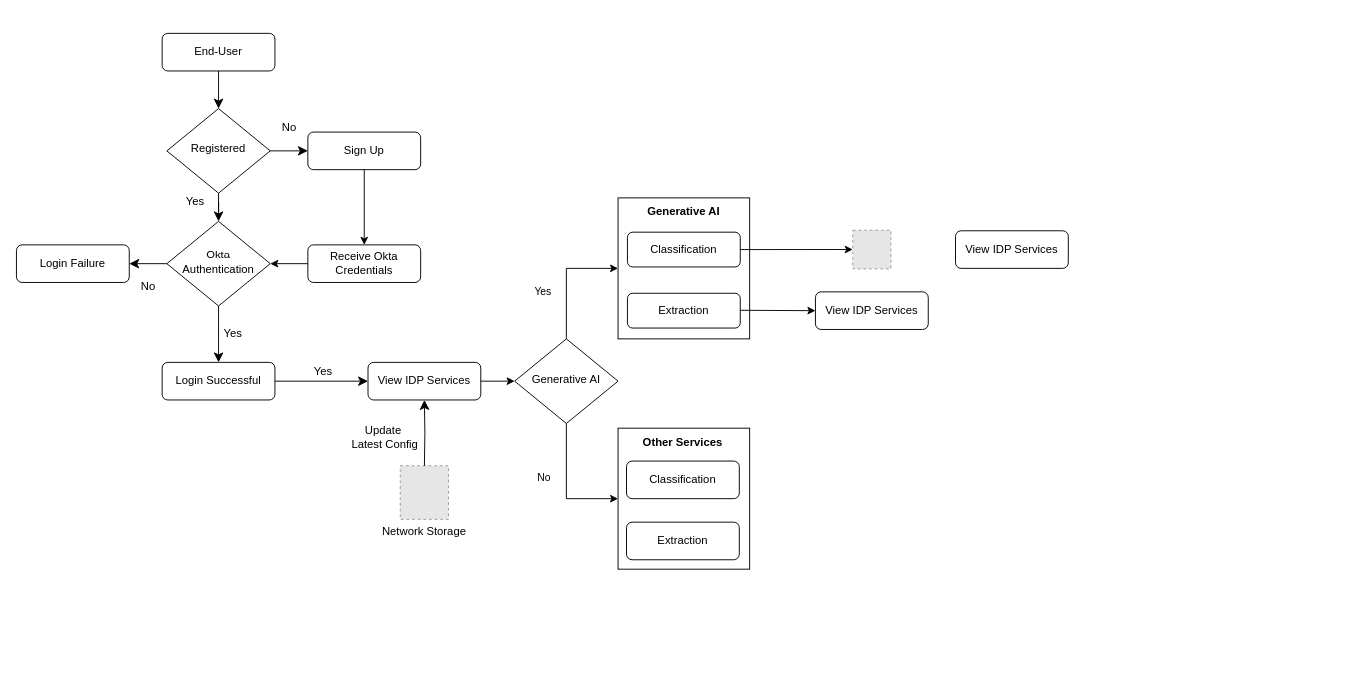
Above: Untitled Diagram.drawio in sidthedesigner/Draw.io (draw.io), before the change. Source tidied: cells renumbered, new cells numbered last; positions are measured from the earlier drawing's top-left corner, leaving out a move shared by most shapes. Both pictures are drawn from the tidied source at 94%, with x=0, y=0 at pixel (16, 33). Pictures stored in the file or linked from it are replaced by grey dashed boxes.
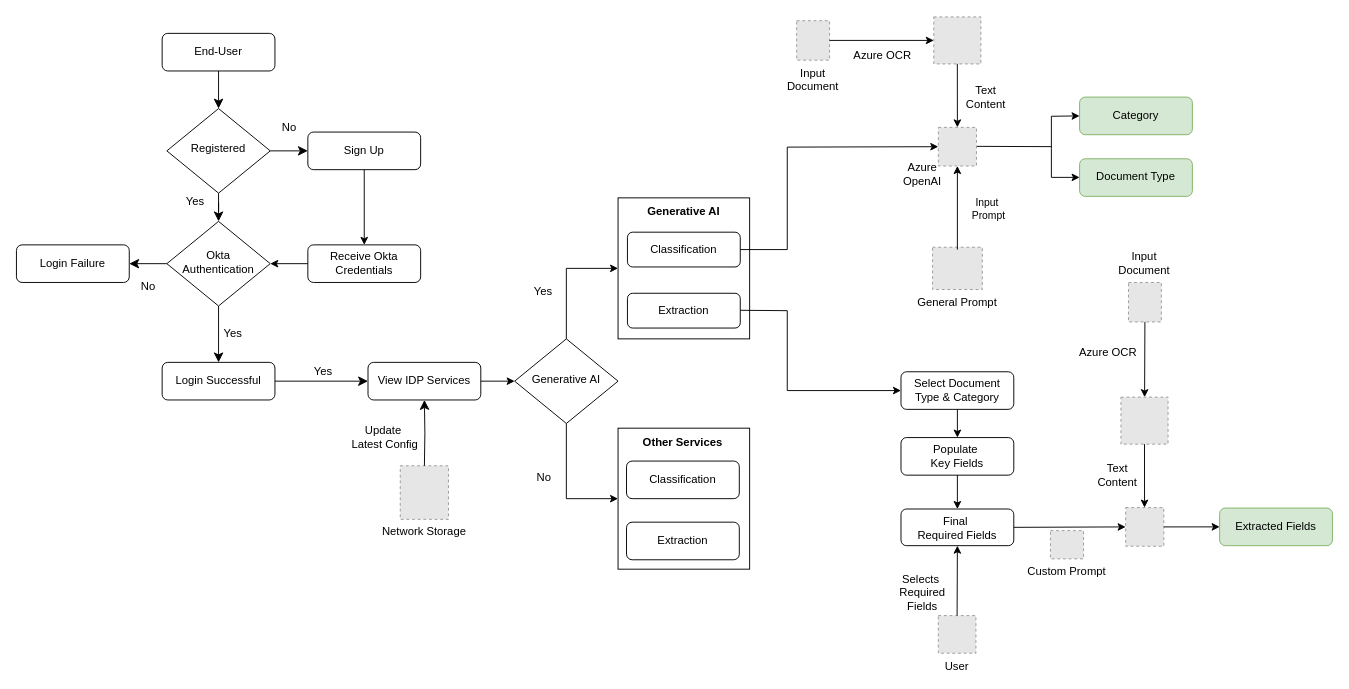
Above is the later version.

The change refers to these unchanged cells:
```xml
<mxCell id="16" value="View IDP Services" style="rounded=1;whiteSpace=wrap;html=1;fontSize=12;glass=0;strokeWidth=1;shadow=0;" parent="1" vertex="1">
  <mxGeometry x="374" y="350" width="120" height="40" as="geometry" />
</mxCell>
<mxCell id="18" value="Classification" style="rounded=1;whiteSpace=wrap;html=1;fontSize=12;glass=0;strokeWidth=1;shadow=0;" parent="1" vertex="1">
  <mxGeometry x="650" y="211.5" width="120" height="37" as="geometry" />
</mxCell>
```

What changed in the source:
```diff
@@
-    <mxCell id="23" value="&lt;b&gt;Generative AI&lt;/b&gt;" style="text;html=1;align=center;verticalAlign=middle;whiteSpace=wrap;rounded=0;" parent="1" vertex="1">
+    <mxCell id="23" value="&lt;b style=&quot;font-size: 12px;&quot;&gt;Generative AI&lt;/b&gt;" style="text;html=1;align=center;verticalAlign=middle;whiteSpace=wrap;rounded=0;fontSize=12;" parent="1" vertex="1">
       <mxGeometry x="665" y="176.5" width="90" height="27" as="geometry" />
     </mxCell>
@@
-    <mxCell id="26" value="&lt;b&gt;Other Services&lt;/b&gt;" style="text;html=1;align=center;verticalAlign=middle;whiteSpace=wrap;rounded=0;" parent="1" vertex="1">
+    <mxCell id="26" value="&lt;b style=&quot;font-size: 12px;&quot;&gt;Other Services&lt;/b&gt;" style="text;html=1;align=center;verticalAlign=middle;whiteSpace=wrap;rounded=0;fontSize=12;" parent="1" vertex="1">
       <mxGeometry x="664" y="420" width="90" height="30" as="geometry" />
     </mxCell>
-    <mxCell id="27" value="&lt;div&gt;Generative AI&lt;/div&gt;" style="rhombus;whiteSpace=wrap;html=1;shadow=0;fontFamily=Helvetica;fontSize=12;align=center;strokeWidth=1;spacing=6;spacingTop=-4;" parent="1" vertex="1">
+    <mxCell id="27" value="&lt;div style=&quot;font-size: 12px;&quot;&gt;Generative AI&lt;/div&gt;" style="rhombus;whiteSpace=wrap;html=1;shadow=0;fontFamily=Helvetica;fontSize=12;align=center;strokeWidth=1;spacing=6;spacingTop=-4;" parent="1" vertex="1">
       <mxGeometry x="530" y="325" width="110" height="90" as="geometry" />
     </mxCell>
-    <mxCell id="28" style="endArrow=classic;html=1;rounded=0;exitX=1;exitY=0.5;exitDx=0;exitDy=0;entryX=0;entryY=0.5;entryDx=0;entryDy=0;" parent="1" edge="1" source="16" target="27">
+    <mxCell id="28" style="endArrow=classic;html=1;rounded=0;exitX=1;exitY=0.5;exitDx=0;exitDy=0;entryX=0;entryY=0.5;entryDx=0;entryDy=0;fontSize=12;" parent="1" edge="1" source="16" target="27">
       <mxGeometry relative="1" as="geometry" />
     </mxCell>
-    <mxCell id="29" value="Yes" style="endArrow=classic;html=1;rounded=0;exitX=0.5;exitY=0;exitDx=0;exitDy=0;endSize=6;jumpSize=6;" parent="1" edge="1" source="27">
+    <mxCell id="29" value="Yes" style="endArrow=classic;html=1;rounded=0;exitX=0.5;exitY=0;exitDx=0;exitDy=0;endSize=6;jumpSize=6;fontSize=12;" parent="1" edge="1" source="27">
       <mxGeometry x="-0.23" y="25" relative="1" as="geometry">
         <mxPoint x="640" y="250" as="targetPoint" />
         <Array as="points">
           <mxPoint x="585" y="250" />
         </Array>
       </mxGeometry>
     </mxCell>
-    <mxCell id="30" style="endArrow=classic;html=1;rounded=0;exitX=0.5;exitY=1;exitDx=0;exitDy=0;entryX=0;entryY=0.5;entryDx=0;entryDy=0;" parent="1" edge="1" source="27" target="32">
+    <mxCell id="30" style="endArrow=classic;html=1;rounded=0;exitX=0.5;exitY=1;exitDx=0;exitDy=0;entryX=0;entryY=0.5;entryDx=0;entryDy=0;fontSize=12;" parent="1" edge="1" source="27" target="32">
       <mxGeometry relative="1" as="geometry">
         <Array as="points">
           <mxPoint x="585" y="495" />
         </Array>
       </mxGeometry>
     </mxCell>
-    <mxCell id="31" value="No" style="edgeLabel;html=1;align=center;verticalAlign=middle;" parent="30" vertex="1">
+    <mxCell id="31" value="No" style="edgeLabel;html=1;align=center;verticalAlign=middle;fontSize=12;" parent="30" vertex="1">
       <mxGeometry x="-0.09" y="-2" relative="1" as="geometry">
         <mxPoint x="-23" y="-4" as="offset" />
       </mxGeometry>
     </mxCell>
-    <mxCell id="32" style="rounded=0;whiteSpace=wrap;html=1;fillColor=none;" parent="1" vertex="1">
+    <mxCell id="32" style="rounded=0;whiteSpace=wrap;html=1;fillColor=none;fontSize=12;" parent="1" vertex="1">
       <mxGeometry x="640" y="420" width="140" height="150" as="geometry" />
     </mxCell>
-    <mxCell id="33" style="endArrow=classic;html=1;rounded=0;exitX=1;exitY=0.5;exitDx=0;exitDy=0;entryX=0;entryY=0.5;entryDx=0;entryDy=0;" parent="1" edge="1" source="18" target="37">
-      <mxGeometry relative="1" as="geometry" />
+    <mxCell id="33" style="endArrow=classic;html=1;rounded=0;exitX=1;exitY=0.5;exitDx=0;exitDy=0;entryX=0;entryY=0.5;entryDx=0;entryDy=0;fontSize=12;" parent="1" edge="1" source="18" target="37">
+      <mxGeometry relative="1" as="geometry">
+        <Array as="points">
+          <mxPoint x="820" y="230" />
+          <mxPoint x="820" y="121" />
+        </Array>
+      </mxGeometry>
     </mxCell>
-    <mxCell id="34" style="endArrow=classic;html=1;rounded=0;exitX=1;exitY=0.5;exitDx=0;exitDy=0;" parent="1" edge="1">
+    <mxCell id="34" style="endArrow=classic;html=1;rounded=0;exitX=1;exitY=0.5;exitDx=0;exitDy=0;fontSize=12;entryX=0;entryY=0.5;entryDx=0;entryDy=0;" parent="1" edge="1" target="36">
       <mxGeometry relative="1" as="geometry">
         <mxPoint x="770" y="294.6" as="sourcePoint" />
-        <mxPoint x="850" y="295" as="targetPoint" />
+        <Array as="points">
+          <mxPoint x="820" y="295" />
+          <mxPoint x="820" y="380" />
+        </Array>
       </mxGeometry>
     </mxCell>
-    <mxCell id="35" style="rounded=0;whiteSpace=wrap;html=1;fillColor=none;" parent="1" vertex="1">
+    <mxCell id="35" style="rounded=0;whiteSpace=wrap;html=1;fillColor=none;fontSize=12;" parent="1" vertex="1">
       <mxGeometry x="640" y="175" width="140" height="150" as="geometry" />
     </mxCell>
-    <mxCell id="36" value="View IDP Services" style="rounded=1;whiteSpace=wrap;html=1;fontSize=12;glass=0;strokeWidth=1;shadow=0;" parent="1" vertex="1">
-      <mxGeometry x="850" y="275" width="120" height="40" as="geometry" />
+    <mxCell id="36" value="Select Document&lt;div&gt;Type &amp;amp; Category&lt;/div&gt;" style="rounded=1;whiteSpace=wrap;html=1;fontSize=12;glass=0;strokeWidth=1;shadow=0;" parent="1" vertex="1">
+      <mxGeometry x="941" y="360" width="120" height="40" as="geometry" />
     </mxCell>
+    <mxCell id="38" value="Document Type" style="rounded=1;whiteSpace=wrap;html=1;fontSize=12;glass=0;strokeWidth=1;shadow=0;fillColor=#d5e8d4;strokeColor=#82b366;" parent="1" vertex="1">
+      <mxGeometry x="1131" y="133.4" width="120" height="40" as="geometry" />
+    </mxCell>
+    <mxCell id="39" value="Category" style="rounded=1;whiteSpace=wrap;html=1;fontSize=12;glass=0;strokeWidth=1;shadow=0;fillColor=#d5e8d4;strokeColor=#82b366;" parent="1" vertex="1">
+      <mxGeometry x="1131" y="67.8" width="120" height="40" as="geometry" />
+    </mxCell>
+    <mxCell id="40" style="endArrow=classic;html=1;rounded=0;entryX=0;entryY=0.5;entryDx=0;entryDy=0;fontSize=12;" parent="1" edge="1" target="39">
+      <mxGeometry relative="1" as="geometry">
+        <mxPoint x="1101" y="122.2" as="sourcePoint" />
+        <Array as="points">
+          <mxPoint x="1101" y="88.2" />
+        </Array>
+      </mxGeometry>
+    </mxCell>
+    <mxCell id="41" style="endArrow=none;html=1;rounded=0;exitX=0.972;exitY=0.564;exitDx=0;exitDy=0;fontSize=12;exitPerimeter=0;" parent="1" edge="1">
+      <mxGeometry relative="1" as="geometry">
+        <mxPoint x="1020.2" y="120.2" as="sourcePoint" />
+        <mxPoint x="1101" y="120.5" as="targetPoint" />
+      </mxGeometry>
+    </mxCell>
+    <mxCell id="42" style="endArrow=classic;html=1;rounded=0;entryX=0;entryY=0.5;entryDx=0;entryDy=0;fontSize=12;" parent="1" edge="1">
+      <mxGeometry relative="1" as="geometry">
+        <mxPoint x="1101" y="122.2" as="sourcePoint" />
+        <mxPoint x="1131" y="153.2" as="targetPoint" />
+        <Array as="points">
+          <mxPoint x="1101" y="153.2" />
+        </Array>
+      </mxGeometry>
+    </mxCell>
+    <mxCell id="43" value="Input&#10;Document" style="fillColor=#E6E6E6;strokeColor=#999999;dashed=1;verticalLabelPosition=bottom;labelBackgroundColor=default;verticalAlign=top;fontSize=12;" parent="1" vertex="1">
+      <mxGeometry x="830" y="-13.5" width="35" height="42" as="geometry" />
+    </mxCell>
+    <mxCell id="44" style="fillColor=#E6E6E6;strokeColor=#999999;dashed=1;verticalLabelPosition=bottom;labelBackgroundColor=default;verticalAlign=top;fontSize=12;" parent="1" vertex="1">
+      <mxGeometry x="975.9" y="-17.5" width="50.1" height="50" as="geometry" />
+    </mxCell>
+    <mxCell id="45" style="endArrow=classic;html=1;rounded=0;fontSize=12;exitX=1;exitY=0.5;exitDx=0;exitDy=0;" parent="1" edge="1" source="43" target="44">
+      <mxGeometry relative="1" as="geometry" />
+    </mxCell>
+    <mxCell id="46" value="Azure OCR" style="edgeLabel;html=1;align=center;verticalAlign=middle;fontSize=12;" parent="45" vertex="1">
+      <mxGeometry x="0.05" relative="1" as="geometry">
+        <mxPoint x="-3" y="16" as="offset" />
+      </mxGeometry>
+    </mxCell>
+    <mxCell id="47" style="endArrow=classic;html=1;rounded=0;entryX=0.5;entryY=0;entryDx=0;entryDy=0;fontSize=12;exitX=0.5;exitY=1;exitDx=0;exitDy=0;" parent="1" edge="1" source="44" target="37">
+      <mxGeometry relative="1" as="geometry" />
+    </mxCell>
+    <mxCell id="48" value="Text&lt;div style=&quot;font-size: 12px;&quot;&gt;Content&lt;/div&gt;" style="edgeLabel;html=1;align=center;verticalAlign=middle;fontSize=12;" parent="47" vertex="1">
+      <mxGeometry x="-0.07" y="1" relative="1" as="geometry">
+        <mxPoint x="29" y="4" as="offset" />
+      </mxGeometry>
+    </mxCell>
+    <mxCell id="49" value="Populate&amp;nbsp;&lt;div&gt;Key Fields&lt;/div&gt;" style="rounded=1;whiteSpace=wrap;html=1;fontSize=12;glass=0;strokeWidth=1;shadow=0;" parent="1" vertex="1">
+      <mxGeometry x="941" y="430" width="120" height="40" as="geometry" />
+    </mxCell>
-    <mxCell id="37" style="fillColor=#E6E6E6;strokeColor=#999999;dashed=1;verticalLabelPosition=bottom;labelBackgroundColor=default;verticalAlign=top;" parent="1" vertex="1">
-      <mxGeometry x="889.7" y="209.4" width="40.6" height="41.1" as="geometry" />
+    <mxCell id="37" style="fillColor=#E6E6E6;strokeColor=#999999;dashed=1;verticalLabelPosition=bottom;labelBackgroundColor=default;verticalAlign=top;fontSize=12;" parent="1" vertex="1">
+      <mxGeometry x="980.7" y="100" width="40.6" height="41.1" as="geometry" />
     </mxCell>
-    <mxCell id="38" value="View IDP Services" style="rounded=1;whiteSpace=wrap;html=1;fontSize=12;glass=0;strokeWidth=1;shadow=0;" parent="1" vertex="1">
-      <mxGeometry x="999" y="210" width="120" height="40" as="geometry" />
-    </mxCell>
+    <mxCell id="50" value="General Prompt" style="fillColor=#E6E6E6;strokeColor=#999999;dashed=1;verticalLabelPosition=bottom;labelBackgroundColor=default;verticalAlign=top;" parent="1" vertex="1">
+      <mxGeometry x="974.6" y="227.5" width="52.9" height="45" as="geometry" />
+    </mxCell>
+    <mxCell id="51" style="endArrow=classic;html=1;rounded=0;entryX=0.5;entryY=1;entryDx=0;entryDy=0;" parent="1" edge="1" target="37">
+      <mxGeometry relative="1" as="geometry">
+        <mxPoint x="1001" y="230" as="sourcePoint" />
+      </mxGeometry>
+    </mxCell>
+    <mxCell id="52" value="Input&amp;nbsp;&lt;div&gt;Prompt&lt;/div&gt;" style="edgeLabel;html=1;align=center;verticalAlign=middle;" parent="51" vertex="1">
+      <mxGeometry x="0.15" y="1" relative="1" as="geometry">
+        <mxPoint x="33" y="7" as="offset" />
+      </mxGeometry>
+    </mxCell>
+    <mxCell id="53" value="Azure OpenAI" style="text;html=1;align=center;verticalAlign=middle;whiteSpace=wrap;rounded=0;" parent="1" vertex="1">
+      <mxGeometry x="930" y="133.4" width="68" height="33" as="geometry" />
+    </mxCell>
+    <mxCell id="54" value="Final&amp;nbsp;&lt;div&gt;Required Fields&lt;/div&gt;" style="rounded=1;whiteSpace=wrap;html=1;fontSize=12;glass=0;strokeWidth=1;shadow=0;" parent="1" vertex="1">
+      <mxGeometry x="941" y="506" width="120" height="39" as="geometry" />
+    </mxCell>
+    <mxCell id="55" style="endArrow=classic;html=1;rounded=0;exitX=0.5;exitY=1;exitDx=0;exitDy=0;entryX=0.5;entryY=0;entryDx=0;entryDy=0;" parent="1" edge="1" source="36" target="49">
+      <mxGeometry relative="1" as="geometry" />
+    </mxCell>
+    <mxCell id="56" style="endArrow=classic;html=1;rounded=0;exitX=0.5;exitY=1;exitDx=0;exitDy=0;entryX=0.5;entryY=0;entryDx=0;entryDy=0;" parent="1" edge="1" source="49" target="54">
+      <mxGeometry relative="1" as="geometry" />
+    </mxCell>
+    <mxCell id="57" style="fillColor=#E6E6E6;strokeColor=#999999;dashed=1;verticalLabelPosition=bottom;labelBackgroundColor=default;verticalAlign=top;fontSize=12;" parent="1" vertex="1">
+      <mxGeometry x="1180" y="504.5" width="40.6" height="41.1" as="geometry" />
+    </mxCell>
+    <mxCell id="58" style="fillColor=#E6E6E6;strokeColor=#999999;dashed=1;verticalLabelPosition=bottom;labelBackgroundColor=default;verticalAlign=top;fontSize=12;" parent="1" vertex="1">
+      <mxGeometry x="1183" y="265" width="35" height="42" as="geometry" />
+    </mxCell>
+    <mxCell id="59" style="fillColor=#E6E6E6;strokeColor=#999999;dashed=1;verticalLabelPosition=bottom;labelBackgroundColor=default;verticalAlign=top;fontSize=12;" parent="1" vertex="1">
+      <mxGeometry x="1175" y="387" width="50.1" height="50" as="geometry" />
+    </mxCell>
+    <mxCell id="60" style="endArrow=classic;html=1;rounded=0;fontSize=12;exitX=0.5;exitY=1;exitDx=0;exitDy=0;" parent="1" edge="1" source="58" target="59">
+      <mxGeometry relative="1" as="geometry" />
+    </mxCell>
+    <mxCell id="61" value="Azure OCR" style="edgeLabel;html=1;align=center;verticalAlign=middle;fontSize=12;" parent="60" vertex="1">
+      <mxGeometry x="0.05" relative="1" as="geometry">
+        <mxPoint x="-40" y="-9" as="offset" />
+      </mxGeometry>
+    </mxCell>
+    <mxCell id="62" style="endArrow=classic;html=1;rounded=0;entryX=0.5;entryY=0;entryDx=0;entryDy=0;fontSize=12;exitX=0.5;exitY=1;exitDx=0;exitDy=0;" parent="1" edge="1" source="59">
+      <mxGeometry relative="1" as="geometry">
+        <mxPoint x="1200.1" y="504.5" as="targetPoint" />
+      </mxGeometry>
+    </mxCell>
+    <mxCell id="63" value="Text&lt;div style=&quot;font-size: 12px;&quot;&gt;Content&lt;/div&gt;" style="edgeLabel;html=1;align=center;verticalAlign=middle;fontSize=12;" parent="62" vertex="1">
+      <mxGeometry x="-0.07" y="1" relative="1" as="geometry">
+        <mxPoint x="-31" y="2" as="offset" />
+      </mxGeometry>
+    </mxCell>
+    <mxCell id="64" value="Input Document" style="text;html=1;align=center;verticalAlign=middle;whiteSpace=wrap;rounded=0;" parent="1" vertex="1">
+      <mxGeometry x="1170.1" y="230" width="60" height="30" as="geometry" />
+    </mxCell>
+    <mxCell id="65" style="endArrow=classic;html=1;rounded=0;exitX=1;exitY=0.5;exitDx=0;exitDy=0;entryX=0;entryY=0.5;entryDx=0;entryDy=0;" parent="1" edge="1" source="54" target="57">
+      <mxGeometry relative="1" as="geometry" />
+    </mxCell>
+    <mxCell id="66" value="Custom Prompt&#10;" style="fillColor=#E6E6E6;strokeColor=#999999;dashed=1;verticalLabelPosition=bottom;labelBackgroundColor=default;verticalAlign=top;" parent="1" vertex="1">
+      <mxGeometry x="1100" y="529" width="35.2" height="30" as="geometry" />
+    </mxCell>
+    <mxCell id="67" value="Extracted Fields" style="rounded=1;whiteSpace=wrap;html=1;fontSize=12;glass=0;strokeWidth=1;shadow=0;fillColor=#d5e8d4;strokeColor=#82b366;" parent="1" vertex="1">
+      <mxGeometry x="1280" y="505" width="120" height="40" as="geometry" />
+    </mxCell>
+    <mxCell id="68" style="endArrow=classic;html=1;rounded=0;exitX=1;exitY=0.5;exitDx=0;exitDy=0;entryX=0;entryY=0.5;entryDx=0;entryDy=0;" parent="1" edge="1" source="57" target="67">
+      <mxGeometry relative="1" as="geometry" />
+    </mxCell>
+    <mxCell id="69" value="User" style="fillColor=#E6E6E6;strokeColor=#999999;dashed=1;verticalLabelPosition=bottom;labelBackgroundColor=default;verticalAlign=top;" parent="1" vertex="1">
+      <mxGeometry x="980.7" y="619.4" width="40" height="40" as="geometry" />
+    </mxCell>
+    <mxCell id="70" style="endArrow=classic;html=1;rounded=0;exitX=0.5;exitY=0;exitDx=0;exitDy=0;entryX=0.5;entryY=1;entryDx=0;entryDy=0;" parent="1" edge="1" source="69">
+      <mxGeometry relative="1" as="geometry">
+        <mxPoint x="1001" y="545" as="targetPoint" />
+      </mxGeometry>
+    </mxCell>
+    <mxCell id="71" value="Selects&amp;nbsp;&lt;div&gt;Required Fields&lt;/div&gt;" style="text;html=1;align=center;verticalAlign=middle;whiteSpace=wrap;rounded=0;" parent="1" vertex="1">
+      <mxGeometry x="937" y="580" width="54" height="30" as="geometry" />
+    </mxCell>
```
